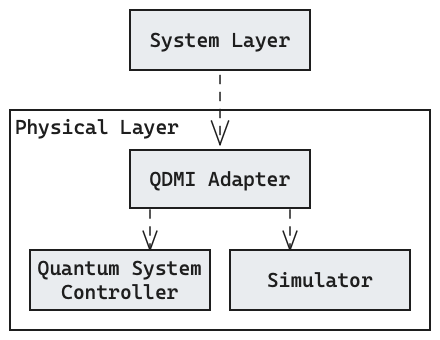
Before: docs/images/Building-Blocks-L2-Physical-Layer.excalidraw.png, a diagram exported from Excalidraw (FullStaQD/architecture). Source tidied: one line per element, renumbered; positions are measured from the earlier drawing's top-left corner, leaving out a move shared by most shapes.
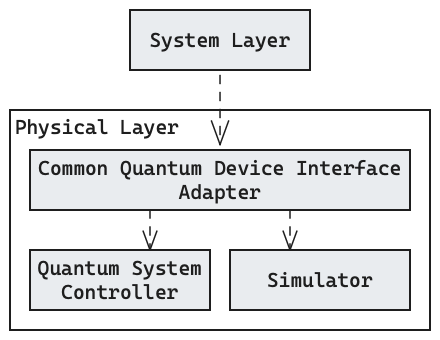
Later version of the same file.

Commit message:
docs(building-blocks): rename physical layer facade

Change to the diagram source:
```diff
@@ -1,7 +1,7 @@
 {"id": 0, "type": "rectangle", "strokeColor": "#1e1e1e", "backgroundColor": "#ffffff", "fillStyle": "solid", "strokeWidth": 1, "roughness": 0, "x": 0, "y": 100, "width": 420, "height": 220}
 {"id": 1, "type": "text", "text": "Physical Layer", "strokeColor": "#1e1e1e", "strokeWidth": 1, "roughness": 0, "fontSize": 20, "fontFamily": 3, "inside": 0, "x": 5, "y": 105, "width": 164, "height": 24}
-{"id": 2, "type": "rectangle", "strokeColor": "#1e1e1e", "backgroundColor": "#e9ecef", "fillStyle": "solid", "strokeWidth": 1, "roughness": 0, "x": 120, "y": 140, "width": 180, "height": 58}
+{"id": 2, "type": "rectangle", "strokeColor": "#1e1e1e", "backgroundColor": "#e9ecef", "fillStyle": "solid", "strokeWidth": 1, "roughness": 0, "x": 20, "y": 140, "width": 380, "height": 60}
-{"id": 3, "type": "text", "text": "QDMI Adapter", "strokeColor": "#1e1e1e", "backgroundColor": "#ffffff", "fillStyle": "solid", "strokeWidth": 1, "roughness": 0, "fontSize": 20, "fontFamily": 3, "textAlign": "center", "verticalAlign": "middle", "inside": 2, "x": 140, "y": 157, "width": 141, "height": 24}
+{"id": 3, "type": "text", "text": "Common Quantum Device Interface\nAdapter", "strokeColor": "#1e1e1e", "backgroundColor": "#ffffff", "fillStyle": "solid", "strokeWidth": 1, "roughness": 0, "fontSize": 20, "fontFamily": 3, "textAlign": "center", "verticalAlign": "middle", "inside": 2, "x": 28, "y": 146, "width": 363, "height": 48}
 {"id": 4, "type": "rectangle", "strokeColor": "#1e1e1e", "backgroundColor": "#e9ecef", "fillStyle": "solid", "strokeWidth": 1, "roughness": 0, "x": 120, "y": 0, "width": 180, "height": 60}
 {"id": 5, "type": "text", "text": "System Layer", "strokeColor": "#1e1e1e", "backgroundColor": "#ffffff", "fillStyle": "solid", "strokeWidth": 1, "roughness": 0, "fontSize": 20, "fontFamily": 3, "textAlign": "center", "verticalAlign": "middle", "inside": 4, "x": 140, "y": 18, "width": 141, "height": 24}
 {"id": 6, "type": "rectangle", "strokeColor": "#1e1e1e", "backgroundColor": "#e9ecef", "fillStyle": "solid", "strokeWidth": 1, "roughness": 0, "x": 20, "y": 240, "width": 180, "height": 60}
```
